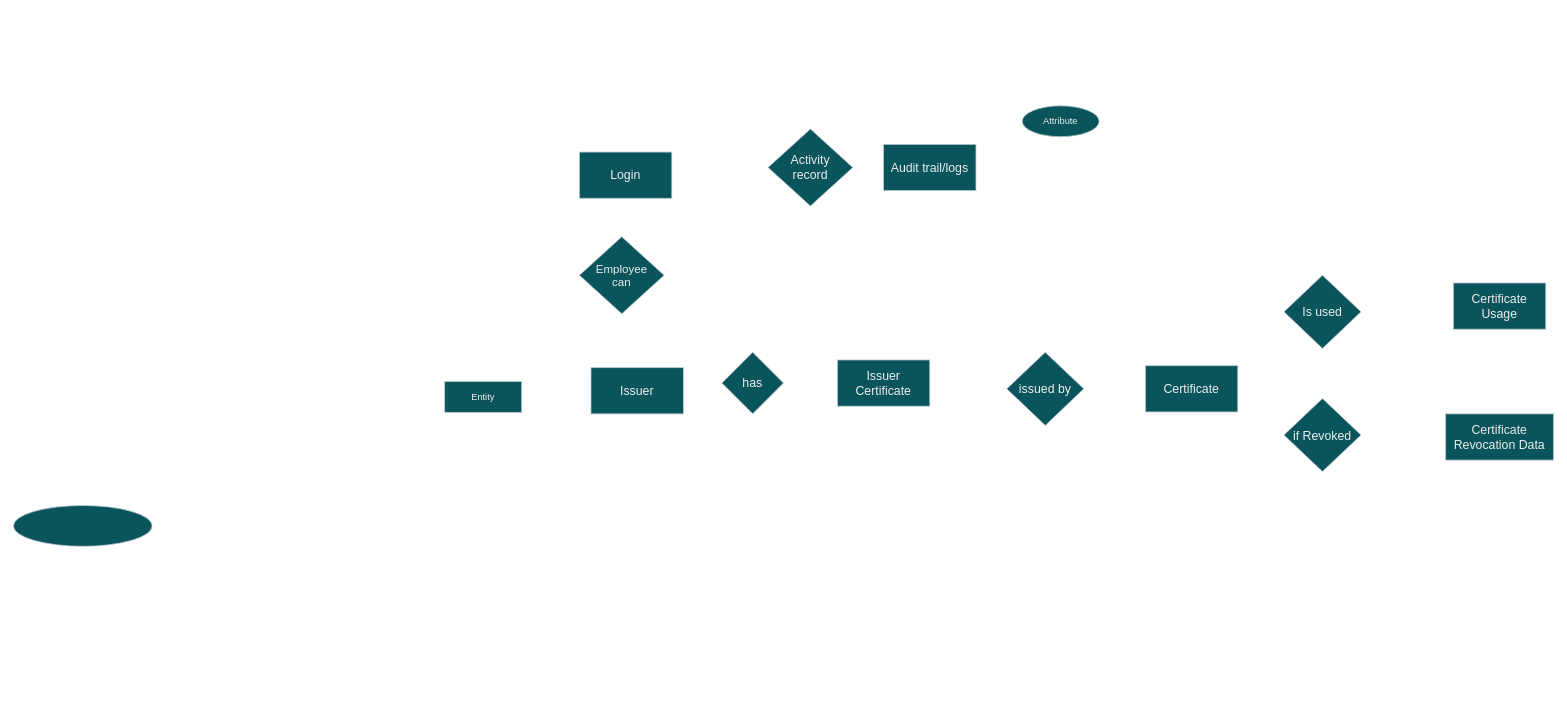
Above: E-R dig.drawio in mimoneysh/DB_Design (draw.io), before the change. Source tidied: cells renumbered, new cells numbered last; positions are measured from the earlier drawing's top-left corner, leaving out a move shared by most shapes. Both pictures are drawn from the tidied source at 77%, with x=0, y=0 at pixel (13, 105).
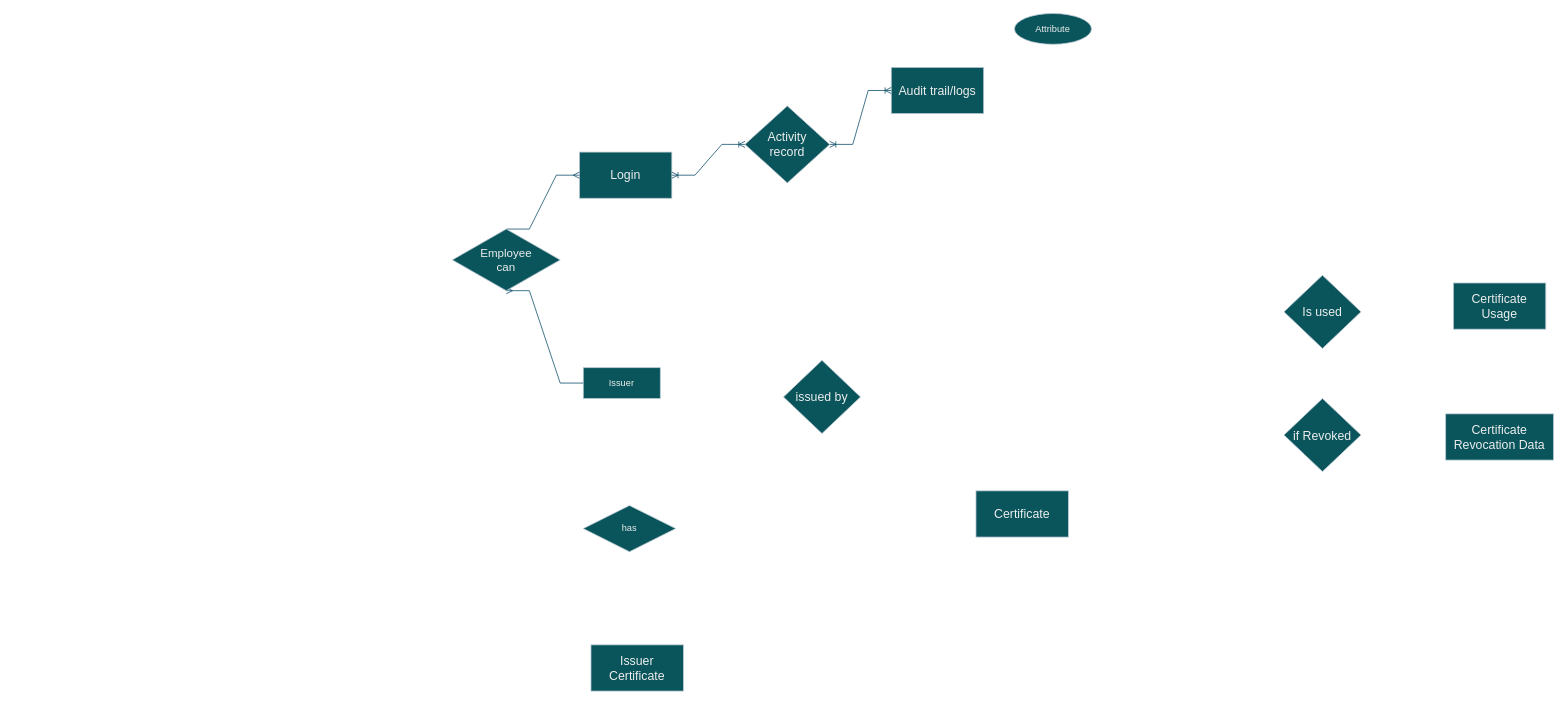
After the change.

The change refers to these unchanged cells:
```xml
<mxCell id="8" value="Login" style="rounded=0;whiteSpace=wrap;html=1;strokeColor=#BAC8D3;fontColor=#EEEEEE;fillColor=#09555B;fontSize=16;" parent="1" vertex="1">
  <mxGeometry x="735" y="60" width="120" height="60" as="geometry" />
</mxCell>
```

Diff of the diagram source:
```diff
@@
     <mxCell id="2" value="&lt;font style=&quot;font-size: 16px;&quot;&gt;Certificate&lt;/font&gt;" style="rounded=0;whiteSpace=wrap;html=1;strokeColor=#BAC8D3;fontColor=#EEEEEE;fillColor=#09555B;fontSize=16;" parent="1" vertex="1">
-      <mxGeometry x="1470" y="337.5" width="120" height="60" as="geometry" />
+      <mxGeometry x="1250" y="500" width="120" height="60" as="geometry" />
     </mxCell>
-    <mxCell id="3" value="issued by" style="rhombus;whiteSpace=wrap;html=1;strokeColor=#BAC8D3;fontColor=#EEEEEE;fillColor=#09555B;fontSize=16;direction=south;" parent="1" vertex="1">
-      <mxGeometry x="1290" y="320" width="100" height="95" as="geometry" />
+    <mxCell id="3" value="issued by" style="rhombus;whiteSpace=wrap;html=1;strokeColor=#BAC8D3;fontColor=#EEEEEE;fillColor=#09555B;fontSize=16;direction=south;rounded=0;" parent="1" vertex="1">
+      <mxGeometry x="1000" y="330.5" width="100" height="95" as="geometry" />
     </mxCell>
-    <mxCell id="4" value="&lt;font style=&quot;font-size: 16px;&quot;&gt;Issuer&lt;/font&gt;" style="rounded=0;whiteSpace=wrap;html=1;strokeColor=#BAC8D3;fontColor=#EEEEEE;fillColor=#09555B;" parent="1" vertex="1">
-      <mxGeometry x="750" y="340" width="120" height="60" as="geometry" />
-    </mxCell>
     <mxCell id="5" value="Issuer Certificate" style="rounded=0;whiteSpace=wrap;html=1;strokeColor=#BAC8D3;fontColor=#EEEEEE;fillColor=#09555B;fontSize=16;" parent="1" vertex="1">
-      <mxGeometry x="1070" y="330" width="120" height="60" as="geometry" />
+      <mxGeometry x="750" y="700" width="120" height="60" as="geometry" />
     </mxCell>
-    <mxCell id="6" value="&lt;font style=&quot;font-size: 16px;&quot;&gt;has&lt;/font&gt;" style="rhombus;whiteSpace=wrap;html=1;strokeColor=#BAC8D3;fontColor=#EEEEEE;fillColor=#09555B;" parent="1" vertex="1">
-      <mxGeometry x="920" y="320" width="80" height="80" as="geometry" />
-    </mxCell>
-    <mxCell id="7" value="&lt;div style=&quot;font-size: 15px;&quot;&gt;&lt;font style=&quot;font-size: 15px;&quot;&gt;Employee&lt;/font&gt;&lt;/div&gt;&lt;div style=&quot;font-size: 15px;&quot;&gt;&lt;font style=&quot;font-size: 15px;&quot;&gt;can&lt;font style=&quot;font-size: 15px;&quot;&gt;&lt;br&gt;&lt;/font&gt;&lt;/font&gt;&lt;/div&gt;" style="rhombus;whiteSpace=wrap;html=1;strokeColor=#BAC8D3;fontColor=#EEEEEE;fillColor=#09555B;" parent="1" vertex="1">
-      <mxGeometry x="735" y="170" width="110" height="100" as="geometry" />
-    </mxCell>
@@
-    <mxCell id="9" value="&lt;div style=&quot;font-size: 16px;&quot;&gt;&lt;font style=&quot;font-size: 16px;&quot;&gt;Activity&lt;/font&gt;&lt;/div&gt;&lt;div style=&quot;font-size: 16px;&quot;&gt;&lt;font style=&quot;font-size: 16px;&quot;&gt;record&lt;font style=&quot;font-size: 16px;&quot;&gt;&lt;br&gt;&lt;/font&gt;&lt;/font&gt;&lt;/div&gt;" style="rhombus;whiteSpace=wrap;html=1;strokeColor=#BAC8D3;fontColor=#EEEEEE;fillColor=#09555B;" parent="1" vertex="1">
-      <mxGeometry x="980" y="30" width="110" height="100" as="geometry" />
-    </mxCell>
     <mxCell id="10" value="&lt;font style=&quot;font-size: 16px;&quot;&gt;Audit trail/logs&lt;/font&gt;" style="rounded=0;whiteSpace=wrap;html=1;strokeColor=#BAC8D3;fontColor=#EEEEEE;fillColor=#09555B;" parent="1" vertex="1">
-      <mxGeometry x="1130" y="50" width="120" height="60" as="geometry" />
+      <mxGeometry x="1140" y="-50" width="120" height="60" as="geometry" />
     </mxCell>
-    <mxCell id="11" style="ellipse;whiteSpace=wrap;html=1;strokeColor=#BAC8D3;fontColor=#EEEEEE;fillColor=#09555B;" parent="1" vertex="1">
-      <mxGeometry y="519" width="180" height="53" as="geometry" />
-    </mxCell>
-    <mxCell id="12" value="Is used" style="rhombus;whiteSpace=wrap;html=1;strokeColor=#BAC8D3;fontColor=#EEEEEE;fillColor=#09555B;fontSize=16;direction=south;" parent="1" vertex="1">
+    <mxCell id="12" value="Is used" style="rhombus;whiteSpace=wrap;html=1;strokeColor=#BAC8D3;fontColor=#EEEEEE;fillColor=#09555B;fontSize=16;direction=south;rounded=0;" parent="1" vertex="1">
       <mxGeometry x="1650" y="220" width="100" height="95" as="geometry" />
     </mxCell>
-    <mxCell id="13" value="if Revoked" style="rhombus;whiteSpace=wrap;html=1;strokeColor=#BAC8D3;fontColor=#EEEEEE;fillColor=#09555B;fontSize=16;direction=south;" parent="1" vertex="1">
+    <mxCell id="13" value="if Revoked" style="rhombus;whiteSpace=wrap;html=1;strokeColor=#BAC8D3;fontColor=#EEEEEE;fillColor=#09555B;fontSize=16;direction=south;rounded=0;" parent="1" vertex="1">
       <mxGeometry x="1650" y="380" width="100" height="95" as="geometry" />
     </mxCell>
@@
-    <mxCell id="16" value="Attribute" style="ellipse;whiteSpace=wrap;html=1;align=center;strokeColor=#BAC8D3;fontColor=#EEEEEE;fillColor=#09555B;" parent="1" vertex="1">
-      <mxGeometry x="1310" width="100" height="40" as="geometry" />
+    <mxCell id="16" value="Attribute" style="ellipse;whiteSpace=wrap;html=1;align=center;strokeColor=#BAC8D3;fontColor=#EEEEEE;fillColor=#09555B;rounded=0;" parent="1" vertex="1">
+      <mxGeometry x="1300" y="-120" width="100" height="40" as="geometry" />
     </mxCell>
-    <mxCell id="17" value="Entity" style="whiteSpace=wrap;html=1;align=center;strokeColor=#BAC8D3;fontColor=#EEEEEE;fillColor=#09555B;" parent="1" vertex="1">
-      <mxGeometry x="560" y="358" width="100" height="40" as="geometry" />
-    </mxCell>
+    <mxCell id="4" value="Issuer" style="rounded=0;arcSize=10;whiteSpace=wrap;html=1;align=center;strokeColor=#BAC8D3;fontColor=#EEEEEE;fillColor=#09555B;" parent="1" vertex="1">
+      <mxGeometry x="740" y="340" width="100" height="40" as="geometry" />
+    </mxCell>
+    <mxCell id="6" value="has" style="shape=rhombus;perimeter=rhombusPerimeter;whiteSpace=wrap;html=1;align=center;strokeColor=#BAC8D3;fontColor=#EEEEEE;fillColor=#09555B;rounded=0;" parent="1" vertex="1">
+      <mxGeometry x="740" y="519" width="120" height="60" as="geometry" />
+    </mxCell>
+    <mxCell id="18" style="edgeStyle=entityRelationEdgeStyle;fontSize=12;html=1;endArrow=ERoneToMany;startArrow=ERoneToMany;rounded=0;strokeColor=#0B4D6A;" parent="1" edge="1" source="9" target="10">
+      <mxGeometry relative="1" as="geometry" />
+    </mxCell>
+    <mxCell id="19" style="edgeStyle=entityRelationEdgeStyle;fontSize=12;html=1;endArrow=ERoneToMany;startArrow=ERoneToMany;rounded=0;strokeColor=#0B4D6A;" parent="1" edge="1" source="8" target="9">
+      <mxGeometry relative="1" as="geometry" />
+    </mxCell>
+    <mxCell id="9" value="&lt;div style=&quot;font-size: 16px;&quot;&gt;&lt;font style=&quot;font-size: 16px;&quot;&gt;Activity&lt;/font&gt;&lt;/div&gt;&lt;div style=&quot;font-size: 16px;&quot;&gt;&lt;font style=&quot;font-size: 16px;&quot;&gt;record&lt;font style=&quot;font-size: 16px;&quot;&gt;&lt;br&gt;&lt;/font&gt;&lt;/font&gt;&lt;/div&gt;" style="rhombus;whiteSpace=wrap;html=1;strokeColor=#BAC8D3;fontColor=#EEEEEE;fillColor=#09555B;rounded=0;" parent="1" vertex="1">
+      <mxGeometry x="950" width="110" height="100" as="geometry" />
+    </mxCell>
+    <mxCell id="20" style="edgeStyle=entityRelationEdgeStyle;fontSize=12;html=1;endArrow=ERmany;rounded=0;strokeColor=#0B4D6A;exitX=0.5;exitY=0;exitDx=0;exitDy=0;entryX=0;entryY=0.5;entryDx=0;entryDy=0;" parent="1" edge="1" source="7" target="8">
+      <mxGeometry relative="1" as="geometry">
+        <Array as="points">
+          <mxPoint x="700" y="160" />
+          <mxPoint x="680" y="140" />
+          <mxPoint x="670" y="140" />
+          <mxPoint x="680" y="150" />
+          <mxPoint x="680" y="100" />
+          <mxPoint x="690" y="140" />
+        </Array>
+      </mxGeometry>
+    </mxCell>
+    <mxCell id="21" style="edgeStyle=entityRelationEdgeStyle;fontSize=12;html=1;endArrow=ERmany;rounded=0;strokeColor=#0B4D6A;entryX=0.5;entryY=1;entryDx=0;entryDy=0;" parent="1" edge="1" source="4" target="7">
+      <mxGeometry relative="1" as="geometry" />
+    </mxCell>
+    <mxCell id="7" value="&lt;div style=&quot;font-size: 15px;&quot;&gt;&lt;font style=&quot;font-size: 15px;&quot;&gt;Employee&lt;/font&gt;&lt;/div&gt;&lt;div style=&quot;font-size: 15px;&quot;&gt;&lt;font style=&quot;font-size: 15px;&quot;&gt;can&lt;font style=&quot;font-size: 15px;&quot;&gt;&lt;br&gt;&lt;/font&gt;&lt;/font&gt;&lt;/div&gt;" style="shape=rhombus;perimeter=rhombusPerimeter;whiteSpace=wrap;html=1;align=center;strokeColor=#BAC8D3;fontColor=#EEEEEE;fillColor=#09555B;rounded=0;" parent="1" vertex="1">
+      <mxGeometry x="570" y="160" width="140" height="80" as="geometry" />
+    </mxCell>
```
